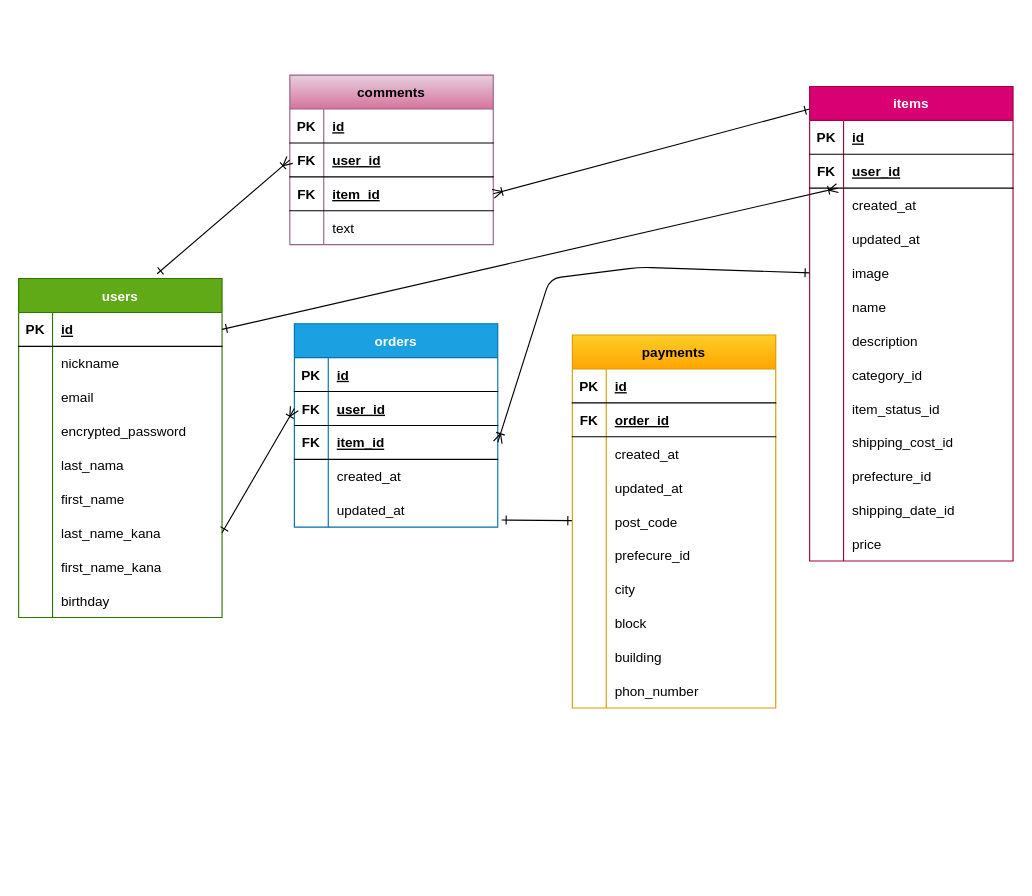
This is README.dio from MIZUKI-TAKAHASHI0127/furima-39216, a draw.io file, before an edit. Source tidied: cells renumbered, new cells numbered last; positions are measured from the earlier drawing's top-left corner, leaving out a move shared by most shapes. Both pictures are drawn from the tidied source at 113%, with x=0, y=0 at pixel (18, 75).
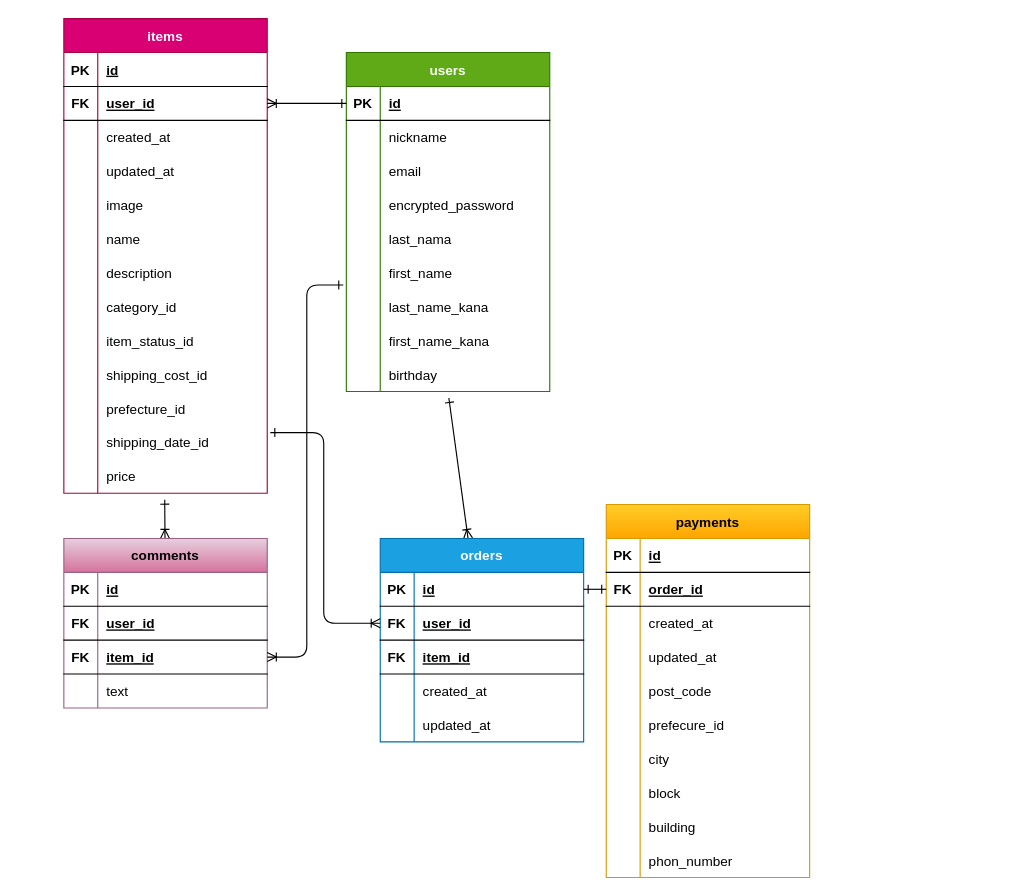
The same page after the edit.

The change refers to these unchanged cells:
```xml
<mxCell id="3" style="shape=tableRow;horizontal=0;startSize=0;swimlaneHead=0;swimlaneBody=0;fillColor=none;points=[[0,0.5],[1,0.5]];portConstraint=eastwest;top=0;left=0;right=0;bottom=1;" parent="2" vertex="1">
  <mxGeometry y="30" width="180" height="30" as="geometry" />
</mxCell>
<mxCell id="18" style="shape=tableRow;horizontal=0;startSize=0;swimlaneHead=0;swimlaneBody=0;fillColor=none;points=[[0,0.5],[1,0.5]];portConstraint=eastwest;top=0;left=0;right=0;bottom=0;" parent="2" vertex="1">
  <mxGeometry y="180" width="180" height="30" as="geometry" />
</mxCell>
<mxCell id="21" style="shape=tableRow;horizontal=0;startSize=0;swimlaneHead=0;swimlaneBody=0;fillColor=none;points=[[0,0.5],[1,0.5]];portConstraint=eastwest;top=0;left=0;right=0;bottom=0;" parent="2" vertex="1">
  <mxGeometry y="210" width="180" height="30" as="geometry" />
</mxCell>
<mxCell id="27" style="shape=tableRow;horizontal=0;startSize=0;swimlaneHead=0;swimlaneBody=0;fillColor=none;points=[[0,0.5],[1,0.5]];portConstraint=eastwest;top=0;left=0;right=0;bottom=0;" parent="2" vertex="1">
  <mxGeometry y="270" width="180" height="30" as="geometry" />
</mxCell>
<mxCell id="34" style="shape=tableRow;horizontal=0;startSize=0;swimlaneHead=0;swimlaneBody=0;fillColor=none;points=[[0,0.5],[1,0.5]];portConstraint=eastwest;top=0;left=0;right=0;bottom=1;" parent="30" vertex="1">
  <mxGeometry y="60" width="180" height="30" as="geometry" />
</mxCell>
<mxCell id="43" style="shape=tableRow;horizontal=0;startSize=0;swimlaneHead=0;swimlaneBody=0;fillColor=none;points=[[0,0.5],[1,0.5]];portConstraint=eastwest;top=0;left=0;right=0;bottom=0;" parent="30" vertex="1">
  <mxGeometry y="150" width="180" height="30" as="geometry" />
</mxCell>
<mxCell id="64" style="shape=tableRow;horizontal=0;startSize=0;swimlaneHead=0;swimlaneBody=0;fillColor=none;points=[[0,0.5],[1,0.5]];portConstraint=eastwest;top=0;left=0;right=0;bottom=0;" parent="30" vertex="1">
  <mxGeometry y="360" width="180" height="30" as="geometry" />
</mxCell>
<mxCell id="67" style="shape=tableRow;horizontal=0;startSize=0;swimlaneHead=0;swimlaneBody=0;fillColor=none;points=[[0,0.5],[1,0.5]];portConstraint=eastwest;top=0;left=0;right=0;bottom=0;" parent="30" vertex="1">
  <mxGeometry y="390" width="180" height="30" as="geometry" />
</mxCell>
<mxCell id="71" style="shape=tableRow;horizontal=0;startSize=0;swimlaneHead=0;swimlaneBody=0;fillColor=none;points=[[0,0.5],[1,0.5]];portConstraint=eastwest;top=0;left=0;right=0;bottom=1;labelBackgroundColor=none;" parent="70" vertex="1">
  <mxGeometry y="30" width="180" height="30" as="geometry" />
</mxCell>
<mxCell id="74" style="shape=tableRow;horizontal=0;startSize=0;swimlaneHead=0;swimlaneBody=0;fillColor=none;points=[[0,0.5],[1,0.5]];portConstraint=eastwest;top=0;left=0;right=0;bottom=1;labelBackgroundColor=none;" parent="70" vertex="1">
  <mxGeometry y="60" width="180" height="30" as="geometry" />
</mxCell>
<mxCell id="77" style="shape=tableRow;horizontal=0;startSize=0;swimlaneHead=0;swimlaneBody=0;fillColor=none;points=[[0,0.5],[1,0.5]];portConstraint=eastwest;top=0;left=0;right=0;bottom=1;labelBackgroundColor=none;" parent="70" vertex="1">
  <mxGeometry y="90" width="180" height="30" as="geometry" />
</mxCell>
<mxCell id="83" style="shape=tableRow;horizontal=0;startSize=0;swimlaneHead=0;swimlaneBody=0;fillColor=none;points=[[0,0.5],[1,0.5]];portConstraint=eastwest;top=0;left=0;right=0;bottom=0;labelBackgroundColor=none;" parent="70" vertex="1">
  <mxGeometry y="150" width="180" height="30" as="geometry" />
</mxCell>
<mxCell id="91" style="shape=tableRow;horizontal=0;startSize=0;swimlaneHead=0;swimlaneBody=0;fillColor=none;points=[[0,0.5],[1,0.5]];portConstraint=eastwest;top=0;left=0;right=0;bottom=1;labelBackgroundColor=none;" parent="87" vertex="1">
  <mxGeometry y="60" width="180" height="30" as="geometry" />
</mxCell>
<mxCell id="122" style="shape=tableRow;horizontal=0;startSize=0;swimlaneHead=0;swimlaneBody=0;fillColor=none;points=[[0,0.5],[1,0.5]];portConstraint=eastwest;top=0;left=0;right=0;bottom=1;labelBackgroundColor=none;" parent="118" vertex="1">
  <mxGeometry y="60" width="180" height="30" as="geometry" />
</mxCell>
<mxCell id="125" style="shape=tableRow;horizontal=0;startSize=0;swimlaneHead=0;swimlaneBody=0;fillColor=none;points=[[0,0.5],[1,0.5]];portConstraint=eastwest;top=0;left=0;right=0;bottom=1;labelBackgroundColor=none;" parent="118" vertex="1">
  <mxGeometry y="90" width="180" height="30" as="geometry" />
</mxCell>
```

Diff of the diagram source:
```diff
@@
     <mxCell id="2" value="users" style="shape=table;startSize=30;childLayout=tableLayout;rowLines=0;fontStyle=1;align=center;fillColor=#60a917;fontColor=#ffffff;strokeColor=#2D7600;" parent="1" vertex="1">
-      <mxGeometry y="180" width="180" height="300" as="geometry" />
+      <mxGeometry x="290" y="-20" width="180" height="300" as="geometry" />
     </mxCell>
@@
     <mxCell id="30" value="items" style="shape=table;startSize=30;childLayout=tableLayout;rowLines=0;fontStyle=1;align=center;labelBackgroundColor=none;fillColor=#d80073;fontColor=#ffffff;strokeColor=#A50040;" parent="1" vertex="1">
-      <mxGeometry x="700" y="10" width="180" height="420" as="geometry" />
+      <mxGeometry x="40" y="-50" width="180" height="420" as="geometry" />
     </mxCell>
@@
+    <mxCell id="136" style="edgeStyle=none;html=1;startArrow=ERoneToMany;startFill=0;endArrow=ERone;endFill=0;entryX=0.504;entryY=1.189;entryDx=0;entryDy=0;entryPerimeter=0;" parent="1" edge="1" source="70" target="27">
+      <mxGeometry relative="1" as="geometry" />
+    </mxCell>
     <mxCell id="70" value="orders" style="shape=table;startSize=30;childLayout=tableLayout;rowLines=0;fontStyle=1;align=center;labelBackgroundColor=none;fillColor=#1ba1e2;fontColor=#ffffff;strokeColor=#006EAF;" parent="1" vertex="1">
-      <mxGeometry x="244" y="220" width="180" height="180" as="geometry" />
+      <mxGeometry x="320" y="410" width="180" height="180" as="geometry" />
     </mxCell>
@@
-    <mxCell id="86" style="edgeStyle=none;html=1;entryX=1.019;entryY=0.791;entryDx=0;entryDy=0;entryPerimeter=0;startArrow=ERone;startFill=0;endArrow=ERone;endFill=0;" parent="1" edge="1" source="87" target="83">
-      <mxGeometry relative="1" as="geometry" />
-    </mxCell>
     <mxCell id="87" value="payments" style="shape=table;startSize=30;childLayout=tableLayout;rowLines=0;fontStyle=1;align=center;labelBackgroundColor=none;fillColor=#ffcd28;gradientColor=#ffa500;strokeColor=#d79b00;" parent="1" vertex="1">
-      <mxGeometry x="490" y="230" width="180" height="330" as="geometry" />
+      <mxGeometry x="520" y="380" width="180" height="330" as="geometry" />
     </mxCell>
@@
+    <mxCell id="137" style="html=1;entryX=0.496;entryY=1.189;entryDx=0;entryDy=0;entryPerimeter=0;startArrow=ERoneToMany;startFill=0;endArrow=ERone;endFill=0;" parent="1" edge="1" source="118" target="67">
+      <mxGeometry relative="1" as="geometry" />
+    </mxCell>
     <mxCell id="118" value="comments" style="shape=table;startSize=30;childLayout=tableLayout;rowLines=0;fontStyle=1;align=center;labelBackgroundColor=none;fillColor=#e6d0de;gradientColor=#d5739d;strokeColor=#996185;" parent="1" vertex="1">
-      <mxGeometry x="240" width="180" height="150" as="geometry" />
+      <mxGeometry x="40" y="410" width="180" height="150" as="geometry" />
     </mxCell>
@@
-    <mxCell id="131" style="edgeStyle=none;html=1;entryX=1;entryY=0.5;entryDx=0;entryDy=0;startArrow=ERoneToMany;startFill=0;endArrow=ERone;endFill=0;" parent="1" edge="1" source="34" target="3">
-      <mxGeometry relative="1" as="geometry" />
-    </mxCell>
-    <mxCell id="132" style="edgeStyle=none;html=1;entryX=1;entryY=0.5;entryDx=0;entryDy=0;startArrow=ERoneToMany;startFill=0;endArrow=ERone;endFill=0;exitX=0;exitY=0.5;exitDx=0;exitDy=0;" parent="1" edge="1" source="74" target="21">
-      <mxGeometry relative="1" as="geometry" />
-    </mxCell>
-    <mxCell id="133" style="edgeStyle=none;html=1;startArrow=ERoneToMany;startFill=0;endArrow=ERone;endFill=0;entryX=0;entryY=0.5;entryDx=0;entryDy=0;exitX=1;exitY=0.5;exitDx=0;exitDy=0;" parent="1" edge="1" source="77" target="43">
-      <mxGeometry relative="1" as="geometry">
-        <Array as="points">
-          <mxPoint x="470" y="180" />
-          <mxPoint x="550" y="170" />
-        </Array>
-      </mxGeometry>
-    </mxCell>
-    <mxCell id="134" style="edgeStyle=none;html=1;exitX=0;exitY=0.5;exitDx=0;exitDy=0;entryX=0.681;entryY=-0.014;entryDx=0;entryDy=0;entryPerimeter=0;startArrow=ERoneToMany;startFill=0;endArrow=ERone;endFill=0;" parent="1" edge="1" source="122" target="2">
-      <mxGeometry relative="1" as="geometry" />
-    </mxCell>
-    <mxCell id="135" style="edgeStyle=none;html=1;exitX=1;exitY=0.5;exitDx=0;exitDy=0;startArrow=ERoneToMany;startFill=0;endArrow=ERone;endFill=0;" parent="1" edge="1" source="125">
-      <mxGeometry relative="1" as="geometry">
-        <mxPoint x="700" y="30" as="targetPoint" />
-      </mxGeometry>
-    </mxCell>
+    <mxCell id="86" style="edgeStyle=none;html=1;entryX=1;entryY=0.5;entryDx=0;entryDy=0;endArrow=ERone;endFill=0;startArrow=ERone;startFill=0;" parent="1" edge="1" source="91" target="71">
+      <mxGeometry relative="1" as="geometry" />
+    </mxCell>
+    <mxCell id="138" style="edgeStyle=none;html=1;entryX=1;entryY=0.5;entryDx=0;entryDy=0;startArrow=ERone;startFill=0;endArrow=ERoneToMany;endFill=0;" parent="1" edge="1" source="3" target="34">
+      <mxGeometry relative="1" as="geometry" />
+    </mxCell>
+    <mxCell id="139" style="edgeStyle=orthogonalEdgeStyle;html=1;entryX=1.015;entryY=0.211;entryDx=0;entryDy=0;entryPerimeter=0;startArrow=ERoneToMany;startFill=0;endArrow=ERone;endFill=0;" parent="1" edge="1" source="74" target="64">
+      <mxGeometry relative="1" as="geometry" />
+    </mxCell>
+    <mxCell id="140" style="edgeStyle=orthogonalEdgeStyle;html=1;entryX=-0.015;entryY=0.856;entryDx=0;entryDy=0;entryPerimeter=0;startArrow=ERoneToMany;startFill=0;endArrow=ERone;endFill=0;" parent="1" edge="1" source="125" target="18">
+      <mxGeometry relative="1" as="geometry" />
+    </mxCell>
```
